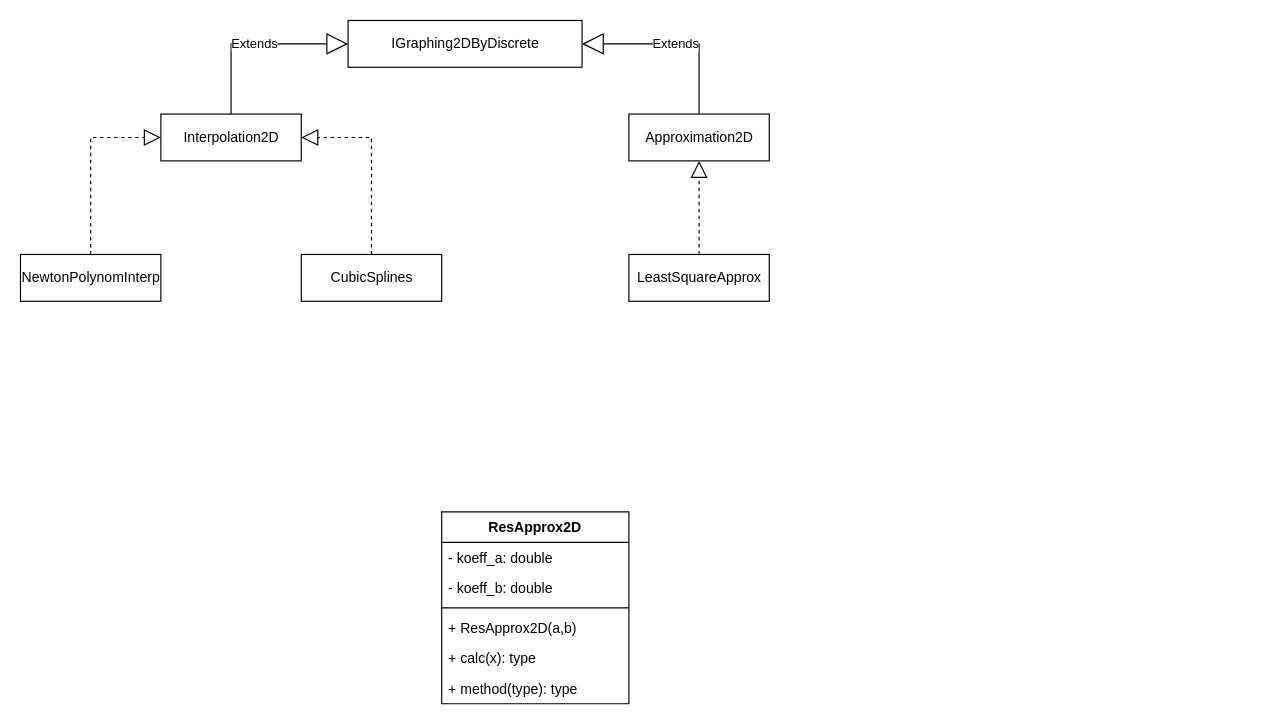
Before: ProjectDiagramm.drawio in Ulqiora/Interpolation_and_approximation, a draw.io diagram. Source tidied: cells renumbered, new cells numbered last; positions are measured from the earlier drawing's top-left corner, leaving out a move shared by most shapes. Both pictures are drawn from the tidied source at 117%, with x=0, y=0 at pixel (20, 20).
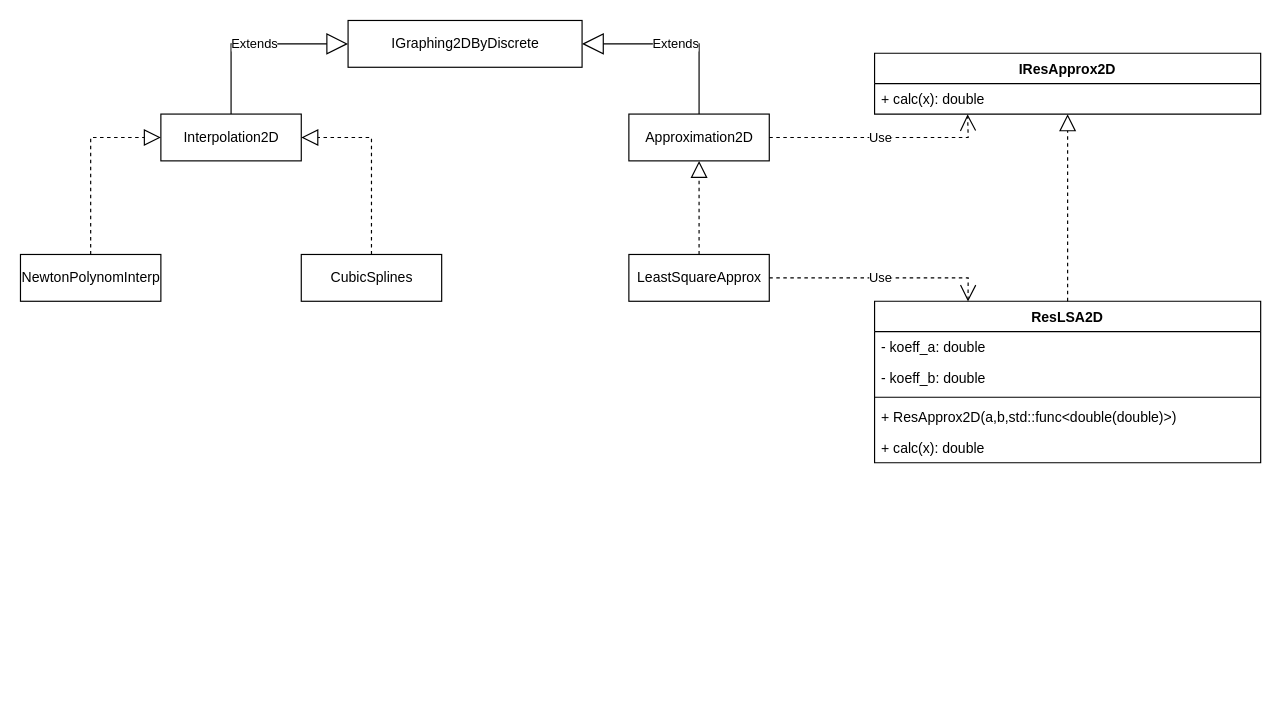
Above is the later version.

Unchanged cells that the change refers to:
```xml
<mxCell id="4" value="Approximation2D" style="html=1;" parent="1" vertex="1">
  <mxGeometry x="520" y="80" width="120" height="40" as="geometry" />
</mxCell>
<mxCell id="10" value="LeastSquareApprox" style="html=1;" parent="1" vertex="1">
  <mxGeometry x="520" y="200" width="120" height="40" as="geometry" />
</mxCell>
```

What changed in the source:
```diff
@@
-    <mxCell id="13" value="ResApprox2D" style="swimlane;fontStyle=1;align=center;verticalAlign=top;horizontal=1;startSize=26;" parent="1" vertex="1">
-      <mxGeometry x="360" y="420" width="160" height="164" as="geometry" />
+    <mxCell id="13" value="ResLSA2D" style="swimlane;fontStyle=1;align=center;verticalAlign=top;horizontal=1;startSize=26;" parent="1" vertex="1">
+      <mxGeometry x="730" y="240" width="330" height="138" as="geometry" />
     </mxCell>
     <mxCell id="14" value="- koeff_a: double" style="text;strokeColor=none;fillColor=none;align=left;verticalAlign=top;spacingLeft=4;spacingRight=4;overflow=hidden;" parent="13" vertex="1">
-      <mxGeometry y="26" width="160" height="26" as="geometry" />
+      <mxGeometry y="26" width="330" height="26" as="geometry" />
     </mxCell>
     <mxCell id="15" value="- koeff_b: double" style="text;strokeColor=none;fillColor=none;align=left;verticalAlign=top;spacingLeft=4;spacingRight=4;overflow=hidden;" parent="13" vertex="1">
-      <mxGeometry y="52" width="160" height="26" as="geometry" />
+      <mxGeometry y="52" width="330" height="26" as="geometry" />
     </mxCell>
     <mxCell id="16" style="line;strokeWidth=1;fillColor=none;align=left;verticalAlign=middle;spacingTop=-1;spacingLeft=3;spacingRight=3;labelPosition=right;strokeColor=inherit;" parent="13" vertex="1">
-      <mxGeometry y="78" width="160" height="8" as="geometry" />
+      <mxGeometry y="78" width="330" height="8" as="geometry" />
     </mxCell>
-    <mxCell id="17" value="+ ResApprox2D(a,b)" style="text;strokeColor=none;fillColor=none;align=left;verticalAlign=top;spacingLeft=4;spacingRight=4;overflow=hidden;" parent="13" vertex="1">
-      <mxGeometry y="86" width="160" height="26" as="geometry" />
+    <mxCell id="17" value="+ ResApprox2D(a,b,std::func&lt;double(double)&gt;)" style="text;strokeColor=none;fillColor=none;align=left;verticalAlign=top;spacingLeft=4;spacingRight=4;overflow=hidden;" parent="13" vertex="1">
+      <mxGeometry y="86" width="330" height="26" as="geometry" />
     </mxCell>
-    <mxCell id="18" value="+ calc(x): type" style="text;strokeColor=none;fillColor=none;align=left;verticalAlign=top;spacingLeft=4;spacingRight=4;overflow=hidden;" parent="13" vertex="1">
-      <mxGeometry y="112" width="160" height="26" as="geometry" />
+    <mxCell id="18" value="+ calc(x): double" style="text;strokeColor=none;fillColor=none;align=left;verticalAlign=top;spacingLeft=4;spacingRight=4;overflow=hidden;" parent="13" vertex="1">
+      <mxGeometry y="112" width="330" height="26" as="geometry" />
     </mxCell>
-    <mxCell id="19" value="+ method(type): type" style="text;strokeColor=none;fillColor=none;align=left;verticalAlign=top;spacingLeft=4;spacingRight=4;overflow=hidden;" parent="13" vertex="1">
-      <mxGeometry y="138" width="160" height="26" as="geometry" />
-    </mxCell>
+    <mxCell id="20" value="Use" style="endArrow=open;endSize=12;dashed=1;html=1;rounded=0;entryX=0.242;entryY=0.002;entryDx=0;entryDy=0;exitX=1;exitY=0.5;exitDx=0;exitDy=0;entryPerimeter=0;" parent="1" edge="1" source="10" target="13">
+      <mxGeometry relative="1" as="geometry">
+        <Array as="points">
+          <mxPoint x="810" y="220" />
+        </Array>
+      </mxGeometry>
+    </mxCell>
+    <mxCell id="21" value="IResApprox2D" style="swimlane;fontStyle=1;align=center;verticalAlign=top;horizontal=1;startSize=26;" parent="1" vertex="1">
+      <mxGeometry x="730" y="28" width="330" height="52" as="geometry" />
+    </mxCell>
+    <mxCell id="22" value="+ calc(x): double" style="text;strokeColor=none;fillColor=none;align=left;verticalAlign=top;spacingLeft=4;spacingRight=4;overflow=hidden;points=[[0,0.5],[1,0.5]];portConstraint=eastwest;" parent="21" vertex="1">
+      <mxGeometry y="26" width="330" height="26" as="geometry" />
+    </mxCell>
+    <mxCell id="23" value="Use" style="endArrow=open;endSize=12;dashed=1;html=1;rounded=0;entryX=0.241;entryY=1.004;entryDx=0;entryDy=0;exitX=1;exitY=0.5;exitDx=0;exitDy=0;entryPerimeter=0;" parent="1" edge="1" source="4" target="22">
+      <mxGeometry relative="1" as="geometry">
+        <Array as="points">
+          <mxPoint x="810" y="100" />
+        </Array>
+      </mxGeometry>
+    </mxCell>
+    <mxCell id="24" style="endArrow=block;dashed=1;endFill=0;endSize=12;html=1;rounded=0;entryX=0.5;entryY=1.004;entryDx=0;entryDy=0;exitX=0.5;exitY=0;exitDx=0;exitDy=0;entryPerimeter=0;" parent="1" edge="1" source="13" target="22">
+      <mxGeometry relative="1" as="geometry" />
+    </mxCell>
```
